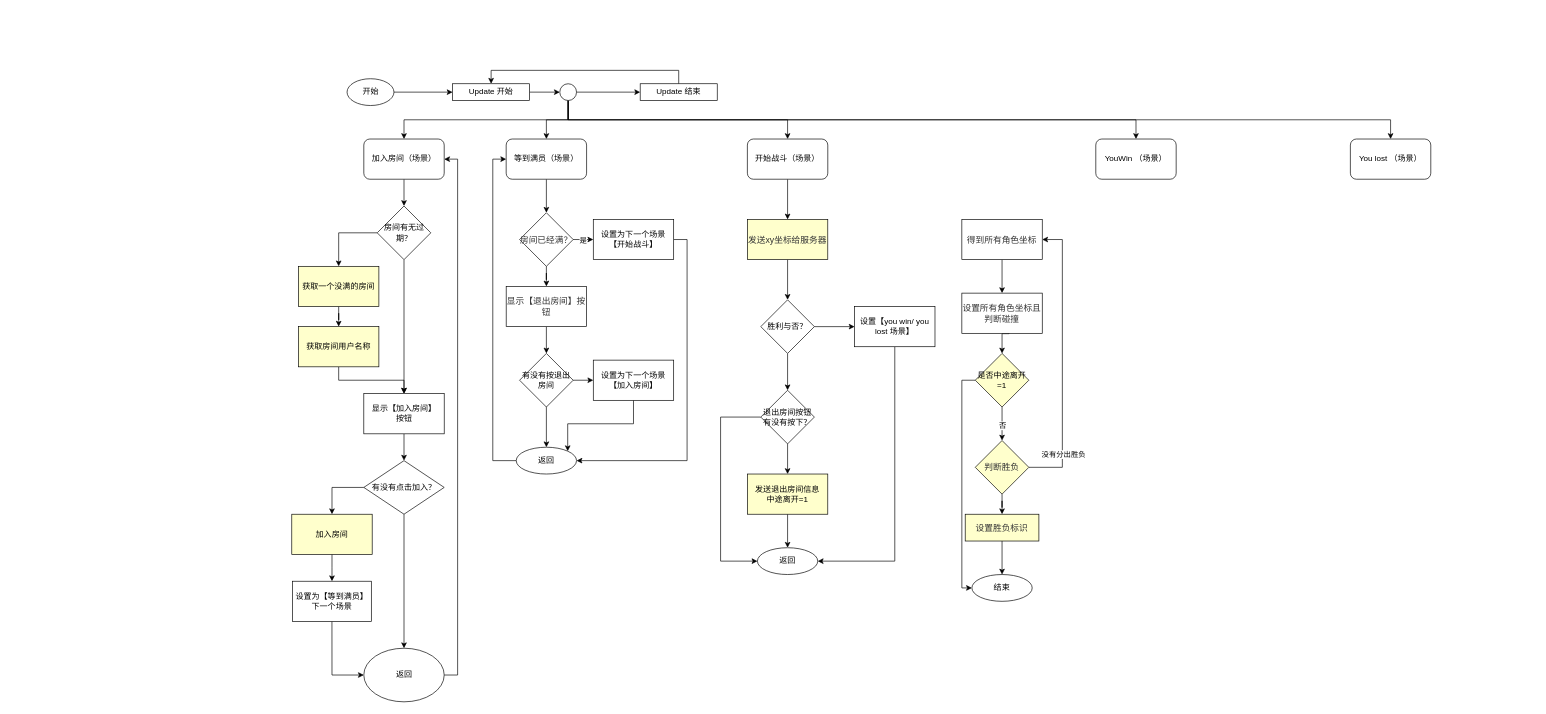
Above: netgame-flowchart.drawio in peterSZW/ebdemo (draw.io), before the change. Source tidied: cells renumbered, new cells numbered last; positions are measured from the earlier drawing's top-left corner, leaving out a move shared by most shapes. Both pictures are drawn from the tidied source at 67%, with x=0, y=0 at pixel (291, 78).
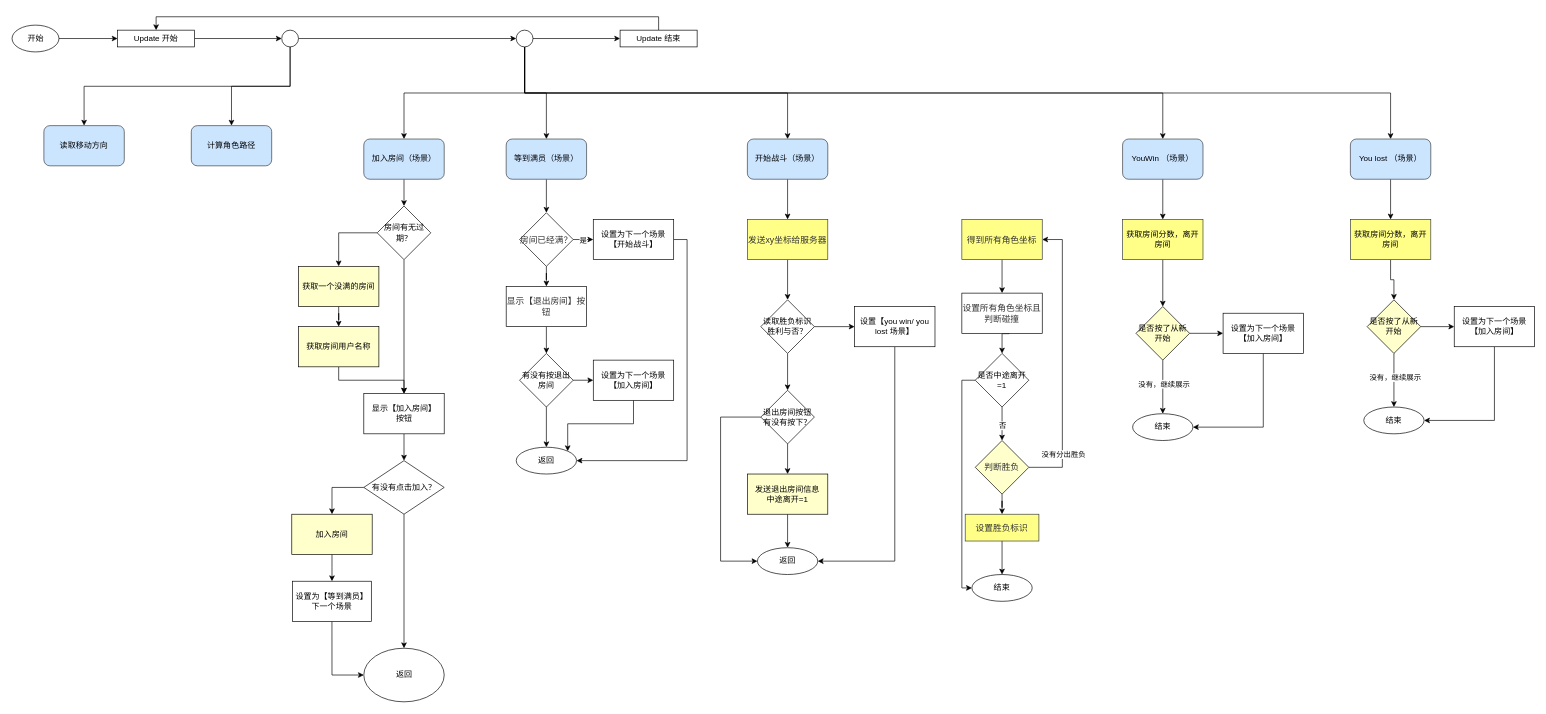
Above is the later version.

The change refers to these unchanged cells:
```xml
<mxCell id="36" value="返回" style="ellipse;whiteSpace=wrap;html=1;" parent="1" vertex="1">
  <mxGeometry x="107.5" y="850" width="120" height="80" as="geometry" />
</mxCell>
<mxCell id="51" value="返回" style="ellipse;whiteSpace=wrap;html=1;" parent="1" vertex="1">
  <mxGeometry x="335" y="550" width="90" height="40" as="geometry" />
</mxCell>
```

What changed in the source:
```diff
@@
     <mxCell id="3" value="开始" style="ellipse;whiteSpace=wrap;html=1;" parent="1" vertex="1">
-      <mxGeometry x="82.5" width="70" height="40" as="geometry" />
+      <mxGeometry x="-417.5" y="-80" width="70" height="40" as="geometry" />
     </mxCell>
-    <mxCell id="4" style="edgeStyle=orthogonalEdgeStyle;rounded=0;jettySize=auto;html=1;exitX=1;exitY=0.5;exitDx=0;exitDy=0;entryX=0;entryY=0.5;entryDx=0;entryDy=0;" parent="1" edge="1" source="5" target="14">
+    <mxCell id="4" style="edgeStyle=orthogonalEdgeStyle;rounded=0;jettySize=auto;html=1;exitX=1;exitY=0.5;exitDx=0;exitDy=0;entryX=0;entryY=0.5;entryDx=0;entryDy=0;startArrow=none;" parent="1" edge="1" source="100" target="14">
       <mxGeometry relative="1" as="geometry" />
     </mxCell>
+    <mxCell id="84" style="edgeStyle=orthogonalEdgeStyle;rounded=0;jettySize=auto;html=1;exitX=1;exitY=0.5;exitDx=0;exitDy=0;entryX=0;entryY=0.5;entryDx=0;entryDy=0;" parent="1" edge="1" source="5" target="100">
+      <mxGeometry relative="1" as="geometry" />
+    </mxCell>
     <mxCell id="5" value="Update 开始" style="whiteSpace=wrap;html=1;" parent="1" vertex="1">
-      <mxGeometry x="240" y="7.5" width="115" height="25" as="geometry" />
+      <mxGeometry x="-260" y="-72.5" width="115" height="25" as="geometry" />
     </mxCell>
@@
     <mxCell id="14" style="ellipse;whiteSpace=wrap;html=1;" parent="1" vertex="1">
-      <mxGeometry x="400" y="7.5" width="25" height="25" as="geometry" />
+      <mxGeometry x="335" y="-72.5" width="25" height="25" as="geometry" />
     </mxCell>
@@
-    <mxCell id="16" value="加入房间（场景）" style="rounded=1;whiteSpace=wrap;html=1;" parent="1" vertex="1">
+    <mxCell id="16" value="加入房间（场景）" style="rounded=1;whiteSpace=wrap;html=1;fillColor=#cce5ff;strokeColor=#36393d;" parent="1" vertex="1">
       <mxGeometry x="107.5" y="90" width="120" height="60" as="geometry" />
     </mxCell>
@@
     <mxCell id="28" value="Update 结束" style="whiteSpace=wrap;html=1;" parent="1" vertex="1">
-      <mxGeometry x="520" y="7.5" width="115" height="25" as="geometry" />
+      <mxGeometry x="490" y="-72.5" width="115" height="25" as="geometry" />
     </mxCell>
@@
-    <mxCell id="34" value="等到满员（场景）" style="rounded=1;whiteSpace=wrap;html=1;" parent="1" vertex="1">
+    <mxCell id="34" value="等到满员（场景）" style="rounded=1;whiteSpace=wrap;html=1;fillColor=#cce5ff;strokeColor=#36393d;" parent="1" vertex="1">
       <mxGeometry x="320" y="90" width="120" height="60" as="geometry" />
     </mxCell>
-    <mxCell id="35" style="edgeStyle=orthogonalEdgeStyle;rounded=0;jettySize=auto;html=1;exitX=1;exitY=0.5;exitDx=0;exitDy=0;entryX=1;entryY=0.5;entryDx=0;entryDy=0;" parent="1" edge="1" source="36" target="16">
-      <mxGeometry relative="1" as="geometry" />
-    </mxCell>
@@
-    <mxCell id="44" value="开始战斗（场景）" style="rounded=1;whiteSpace=wrap;html=1;" parent="1" vertex="1">
+    <mxCell id="44" value="开始战斗（场景）" style="rounded=1;whiteSpace=wrap;html=1;fillColor=#cce5ff;strokeColor=#36393d;" parent="1" vertex="1">
       <mxGeometry x="680" y="90" width="120" height="60" as="geometry" />
     </mxCell>
@@
-    <mxCell id="50" style="edgeStyle=orthogonalEdgeStyle;rounded=0;jettySize=auto;html=1;exitX=0;exitY=0.5;exitDx=0;exitDy=0;entryX=0;entryY=0.5;entryDx=0;entryDy=0;" parent="1" edge="1" source="51" target="34">
-      <mxGeometry relative="1" as="geometry" />
-    </mxCell>
@@
-    <mxCell id="55" value="&lt;span style=&quot;color: rgb(50 , 50 , 50) ; font-size: 13px ; background-color: rgba(255 , 255 , 255 , 0.01)&quot;&gt;发送xy坐标给服务器&lt;/span&gt;" style="rounded=0;whiteSpace=wrap;html=1;fillColor=#FFFFCC;" parent="1" vertex="1">
+    <mxCell id="55" value="&lt;span style=&quot;color: rgb(50 , 50 , 50) ; font-size: 13px ; background-color: rgba(255 , 255 , 255 , 0.01)&quot;&gt;发送xy坐标给服务器&lt;/span&gt;" style="rounded=0;whiteSpace=wrap;html=1;fillColor=#ffff88;strokeColor=#36393d;" parent="1" vertex="1">
       <mxGeometry x="680" y="210" width="120" height="60" as="geometry" />
     </mxCell>
@@
-    <mxCell id="58" value="胜利与否？" style="rhombus;whiteSpace=wrap;html=1;" parent="1" vertex="1">
+    <mxCell id="58" value="读取胜负标识&lt;br&gt;胜利与否？" style="rhombus;whiteSpace=wrap;html=1;" parent="1" vertex="1">
       <mxGeometry x="700" y="330" width="80" height="80" as="geometry" />
     </mxCell>
@@
-    <mxCell id="60" value="&lt;span style=&quot;color: rgb(50 , 50 , 50) ; font-size: 13px ; background-color: rgba(255 , 255 , 255 , 0.01)&quot;&gt;得到所有角色坐标&lt;/span&gt;" style="rounded=0;whiteSpace=wrap;html=1;" parent="1" vertex="1">
+    <mxCell id="60" value="&lt;span style=&quot;color: rgb(50 , 50 , 50) ; font-size: 13px ; background-color: rgba(255 , 255 , 255 , 0.01)&quot;&gt;得到所有角色坐标&lt;/span&gt;" style="rounded=0;whiteSpace=wrap;html=1;fillColor=#ffff88;strokeColor=#36393d;" parent="1" vertex="1">
       <mxGeometry x="1000.1" y="210" width="120" height="60" as="geometry" />
     </mxCell>
@@
-    <mxCell id="68" value="&lt;span style=&quot;color: rgb(50 , 50 , 50) ; font-size: 13px ; background-color: rgba(255 , 255 , 255 , 0.01)&quot;&gt;设置胜负标识&lt;/span&gt;" style="whiteSpace=wrap;html=1;fillColor=#FFFFCC;" parent="1" vertex="1">
+    <mxCell id="68" value="&lt;span style=&quot;color: rgb(50 , 50 , 50) ; font-size: 13px ; background-color: rgba(255 , 255 , 255 , 0.01)&quot;&gt;设置胜负标识&lt;/span&gt;" style="whiteSpace=wrap;html=1;fillColor=#ffff88;strokeColor=#36393d;" parent="1" vertex="1">
       <mxGeometry x="1005.1" y="650" width="110" height="40" as="geometry" />
     </mxCell>
@@
-    <mxCell id="74" value="是否中途离开=1" style="rhombus;whiteSpace=wrap;html=1;fillColor=#FFFFCC;" parent="1" vertex="1">
+    <mxCell id="74" value="是否中途离开=1" style="rhombus;whiteSpace=wrap;html=1;" parent="1" vertex="1">
       <mxGeometry x="1020.1" y="410" width="80" height="80" as="geometry" />
     </mxCell>
@@
+    <mxCell id="85" style="edgeStyle=orthogonalEdgeStyle;rounded=0;jettySize=auto;html=1;" parent="1" edge="1" source="82" target="88">
+      <mxGeometry relative="1" as="geometry" />
+    </mxCell>
-    <mxCell id="82" value="YouWin （场景）" style="rounded=1;whiteSpace=wrap;html=1;" parent="1" vertex="1">
-      <mxGeometry x="1200" y="90" width="120" height="60" as="geometry" />
+    <mxCell id="82" value="YouWin （场景）" style="rounded=1;whiteSpace=wrap;html=1;fillColor=#cce5ff;strokeColor=#36393d;" parent="1" vertex="1">
+      <mxGeometry x="1240" y="90" width="120" height="60" as="geometry" />
     </mxCell>
+    <mxCell id="86" style="edgeStyle=orthogonalEdgeStyle;rounded=0;jettySize=auto;html=1;" parent="1" edge="1" source="83" target="90">
+      <mxGeometry relative="1" as="geometry" />
+    </mxCell>
-    <mxCell id="83" value="You lost （场景）" style="rounded=1;whiteSpace=wrap;html=1;" parent="1" vertex="1">
+    <mxCell id="83" value="You lost （场景）" style="rounded=1;whiteSpace=wrap;html=1;fillColor=#cce5ff;strokeColor=#36393d;" parent="1" vertex="1">
       <mxGeometry x="1580" y="90" width="120" height="60" as="geometry" />
     </mxCell>
+    <mxCell id="87" style="edgeStyle=orthogonalEdgeStyle;rounded=0;jettySize=auto;html=1;" parent="1" edge="1" source="88" target="94">
+      <mxGeometry relative="1" as="geometry" />
+    </mxCell>
+    <mxCell id="88" value="获取房间分数，离开房间" style="rounded=0;whiteSpace=wrap;html=1;fillColor=#ffff88;strokeColor=#36393d;" parent="1" vertex="1">
+      <mxGeometry x="1240" y="210" width="120" height="60" as="geometry" />
+    </mxCell>
+    <mxCell id="89" style="edgeStyle=orthogonalEdgeStyle;rounded=0;jettySize=auto;html=1;" parent="1" edge="1" source="90" target="106">
+      <mxGeometry relative="1" as="geometry" />
+    </mxCell>
+    <mxCell id="90" value="获取房间分数，离开房间" style="rounded=0;whiteSpace=wrap;html=1;fillColor=#ffff88;strokeColor=#36393d;" parent="1" vertex="1">
+      <mxGeometry x="1580" y="210" width="120" height="60" as="geometry" />
+    </mxCell>
+    <mxCell id="91" style="edgeStyle=orthogonalEdgeStyle;rounded=0;jettySize=auto;html=1;" parent="1" edge="1" source="94" target="96">
+      <mxGeometry relative="1" as="geometry" />
+    </mxCell>
+    <mxCell id="92" style="edgeStyle=orthogonalEdgeStyle;rounded=0;jettySize=auto;html=1;" parent="1" edge="1" source="94" target="97">
+      <mxGeometry relative="1" as="geometry" />
+    </mxCell>
+    <mxCell id="93" value="没有，继续展示" style="edgeLabel;html=1;align=center;verticalAlign=middle;" parent="92" vertex="1">
+      <mxGeometry x="-0.12" y="1" relative="1" as="geometry" />
+    </mxCell>
+    <mxCell id="94" value="是否按了从新开始" style="rhombus;whiteSpace=wrap;html=1;fillColor=#FFFFCC;" parent="1" vertex="1">
+      <mxGeometry x="1260" y="340" width="80" height="80" as="geometry" />
+    </mxCell>
+    <mxCell id="95" style="edgeStyle=orthogonalEdgeStyle;rounded=0;jettySize=auto;html=1;exitX=0.5;exitY=1;exitDx=0;exitDy=0;entryX=1;entryY=0.5;entryDx=0;entryDy=0;" parent="1" edge="1" source="96" target="97">
+      <mxGeometry relative="1" as="geometry" />
+    </mxCell>
+    <mxCell id="96" value="设置为下一个场景【加入房间】" style="whiteSpace=wrap;html=1;" parent="1" vertex="1">
+      <mxGeometry x="1390" y="350" width="120" height="60" as="geometry" />
+    </mxCell>
+    <mxCell id="97" value="结束" style="ellipse;whiteSpace=wrap;html=1;" parent="1" vertex="1">
+      <mxGeometry x="1255" y="500" width="90" height="40" as="geometry" />
+    </mxCell>
+    <mxCell id="98" style="edgeStyle=orthogonalEdgeStyle;rounded=0;jettySize=auto;html=1;exitX=0.5;exitY=1;exitDx=0;exitDy=0;entryX=0.5;entryY=0;entryDx=0;entryDy=0;" parent="1" edge="1" source="100" target="101">
+      <mxGeometry relative="1" as="geometry" />
+    </mxCell>
+    <mxCell id="99" style="edgeStyle=orthogonalEdgeStyle;rounded=0;jettySize=auto;html=1;exitX=0.5;exitY=1;exitDx=0;exitDy=0;" parent="1" edge="1" source="100" target="102">
+      <mxGeometry relative="1" as="geometry" />
+    </mxCell>
+    <mxCell id="100" style="ellipse;whiteSpace=wrap;html=1;" parent="1" vertex="1">
+      <mxGeometry x="-15" y="-72.5" width="25" height="25" as="geometry" />
+    </mxCell>
+    <mxCell id="101" value="读取移动方向" style="rounded=1;whiteSpace=wrap;html=1;fillColor=#cce5ff;strokeColor=#36393d;" parent="1" vertex="1">
+      <mxGeometry x="-370" y="70" width="120" height="60" as="geometry" />
+    </mxCell>
+    <mxCell id="102" value="计算角色路径" style="rounded=1;whiteSpace=wrap;html=1;fillColor=#cce5ff;strokeColor=#36393d;" parent="1" vertex="1">
+      <mxGeometry x="-150" y="70" width="120" height="60" as="geometry" />
+    </mxCell>
+    <mxCell id="103" style="edgeStyle=orthogonalEdgeStyle;rounded=0;jettySize=auto;html=1;" parent="1" edge="1" source="106" target="108">
+      <mxGeometry relative="1" as="geometry" />
+    </mxCell>
+    <mxCell id="104" style="edgeStyle=orthogonalEdgeStyle;rounded=0;jettySize=auto;html=1;" parent="1" edge="1" source="106" target="109">
+      <mxGeometry relative="1" as="geometry" />
+    </mxCell>
+    <mxCell id="105" value="没有，继续展示" style="edgeLabel;html=1;align=center;verticalAlign=middle;" parent="104" vertex="1">
+      <mxGeometry x="-0.12" y="1" relative="1" as="geometry" />
+    </mxCell>
+    <mxCell id="106" value="是否按了从新开始" style="rhombus;whiteSpace=wrap;html=1;fillColor=#FFFFCC;" parent="1" vertex="1">
+      <mxGeometry x="1605" y="330" width="80" height="80" as="geometry" />
+    </mxCell>
+    <mxCell id="107" style="edgeStyle=orthogonalEdgeStyle;rounded=0;jettySize=auto;html=1;exitX=0.5;exitY=1;exitDx=0;exitDy=0;entryX=1;entryY=0.5;entryDx=0;entryDy=0;" parent="1" edge="1" source="108" target="109">
+      <mxGeometry relative="1" as="geometry" />
+    </mxCell>
+    <mxCell id="108" value="设置为下一个场景【加入房间】" style="whiteSpace=wrap;html=1;" parent="1" vertex="1">
+      <mxGeometry x="1735" y="340" width="120" height="60" as="geometry" />
+    </mxCell>
+    <mxCell id="109" value="结束" style="ellipse;whiteSpace=wrap;html=1;" parent="1" vertex="1">
+      <mxGeometry x="1600" y="490" width="90" height="40" as="geometry" />
+    </mxCell>
```
